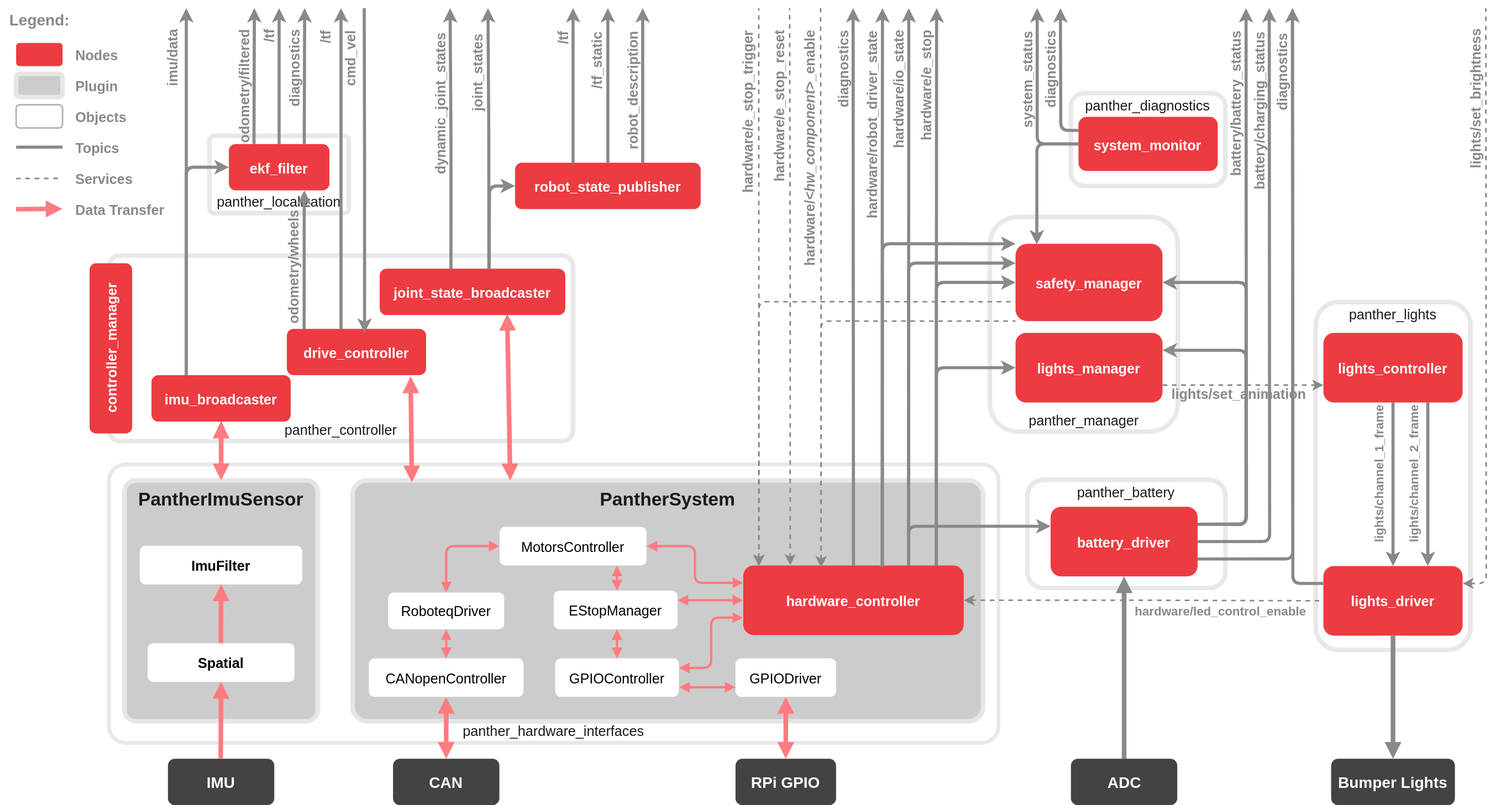
Above: .docs/panther_ros2_api.drawio.svg in husarion/panther_ros (draw.io), before the change. Source tidied: cells renumbered, new cells last; positions are measured from the earlier drawing's top-left corner, leaving out a move shared by most shapes.
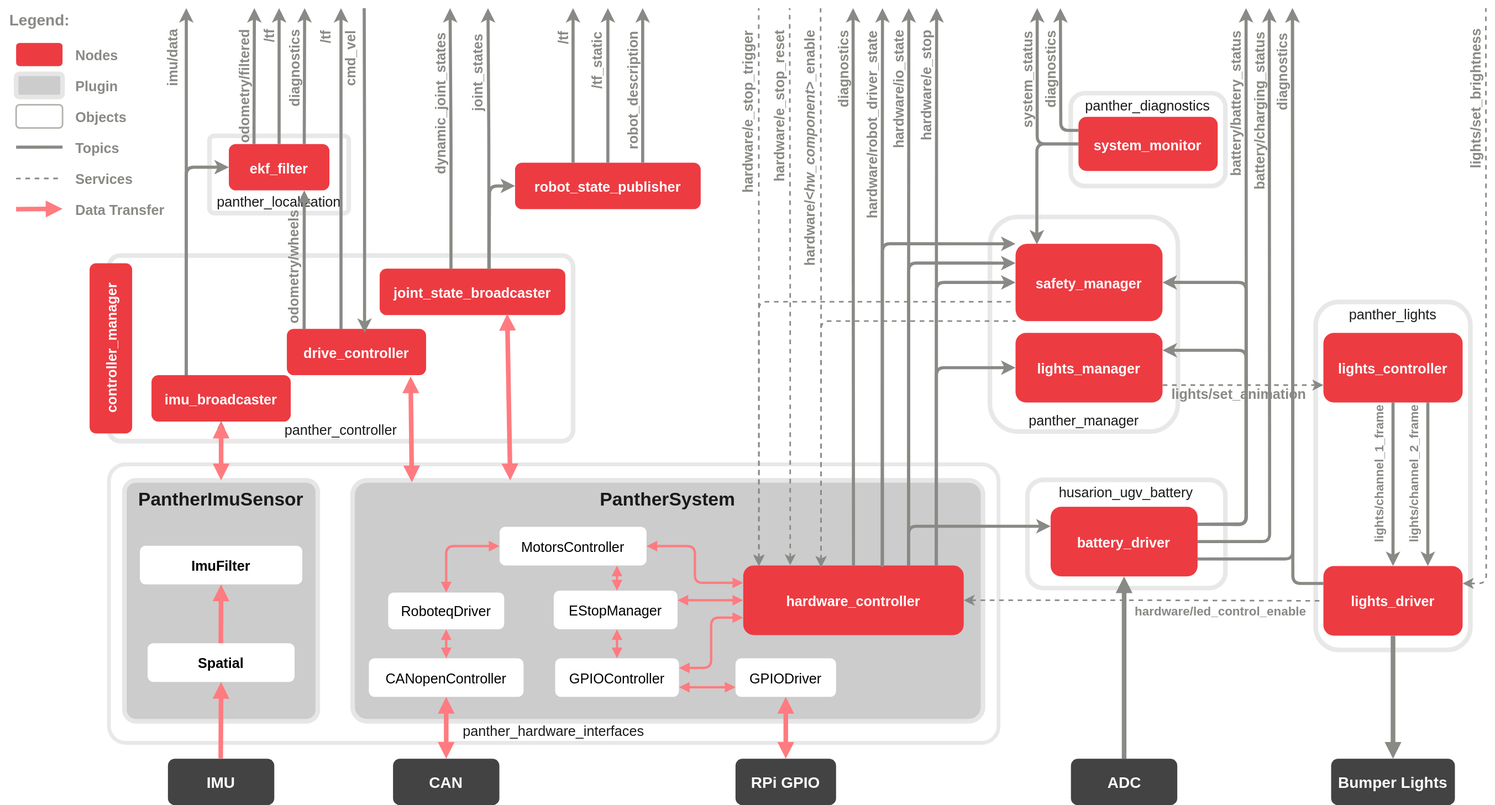
Above is the later version.

Change to the diagram source:
```diff
@@ -14,7 +14,7 @@
     <mxCell id="5" value="&lt;span style=&quot;font-size: 18px;&quot;&gt;&lt;font color=&quot;#1a1a1a&quot;&gt;panther_hardware_interfaces&lt;/font&gt;&lt;/span&gt;" style="rounded=1;whiteSpace=wrap;html=1;fillColor=default;strokeWidth=5;strokeColor=#E6E6E6;imageHeight=24;arcSize=6;opacity=90;verticalAlign=bottom;" parent="1" vertex="1">
       <mxGeometry x="140" y="595" width="1150" height="360.1" as="geometry" />
     </mxCell>
-    <mxCell id="6" value="&lt;span style=&quot;font-size: 18px;&quot;&gt;&lt;font color=&quot;#1a1a1a&quot;&gt;panther_battery&lt;/font&gt;&lt;/span&gt;" style="rounded=1;whiteSpace=wrap;html=1;fillColor=default;strokeWidth=6;strokeColor=#E6E6E6;opacity=90;verticalAlign=top;" parent="1" vertex="1">
+    <mxCell id="6" value="&lt;span style=&quot;font-size: 18px;&quot;&gt;&lt;font color=&quot;#1a1a1a&quot;&gt;husarion_ugv_battery&lt;/font&gt;&lt;/span&gt;" style="rounded=1;whiteSpace=wrap;html=1;fillColor=default;strokeWidth=6;strokeColor=#E6E6E6;opacity=90;verticalAlign=top;" parent="1" vertex="1">
       <mxGeometry x="1327.4" y="615" width="256" height="140" as="geometry" />
     </mxCell>
     <mxCell id="7" value="&lt;span style=&quot;font-family: Helvetica; font-size: 18px; font-style: normal; font-variant-ligatures: normal; font-variant-caps: normal; font-weight: 400; letter-spacing: normal; orphans: 2; text-align: center; text-indent: 0px; text-transform: none; widows: 2; word-spacing: 0px; -webkit-text-stroke-width: 0px; white-space: normal; text-decoration-thickness: initial; text-decoration-style: initial; text-decoration-color: initial; float: none; display: inline !important;&quot;&gt;&lt;font color=&quot;#1a1a1a&quot;&gt;panther_manager&lt;/font&gt;&lt;/span&gt;" style="rounded=1;whiteSpace=wrap;html=1;fillColor=default;strokeWidth=6;strokeColor=#E6E6E6;opacity=90;verticalAlign=bottom;" parent="1" vertex="1">
```
